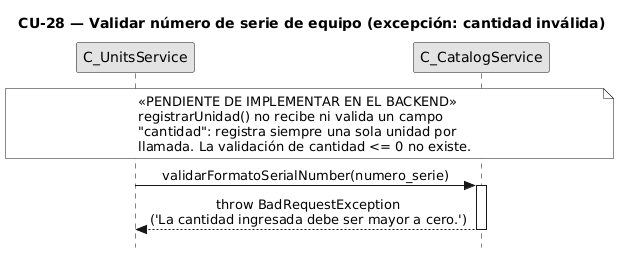
Above: diagramas-secuencia/CU28/CU28-exc-cantidad-invalida.png in FSM-Finet-y-Cable-Magico/Team_1-Inventario-y-Bodega (PlantUML), before the change.
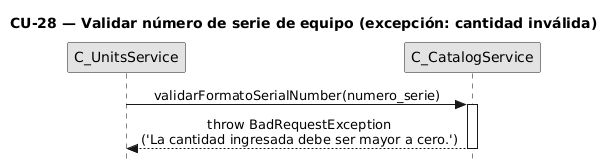
After the commit.

What changed in the source:
```diff
@@ -1,12 +1,10 @@
-@startuml CU28-exc-cantidad-invalida
+@startuml
 title CU-28 — Validar número de serie de equipo (excepción: cantidad inválida)
 
 skinparam style strictuml
 skinparam monochrome true
 skinparam shadowing false
 skinparam sequenceMessageAlign center
-skinparam ParticipantPadding 70
-skinparam ActorPadding 30
 skinparam sequence {
   MessageAlign center
   LifeLineBorderColor black
@@ -16,17 +14,9 @@
 participant "C_UnitsService" as units
 participant "C_CatalogService" as catalog
 
-note over units, catalog
-  «PENDIENTE DE IMPLEMENTAR EN EL BACKEND»
-  registrarUnidad() no recibe ni valida un campo
-  "cantidad": registra siempre una sola unidad por
-  llamada. La validación de cantidad <= 0 no existe.
-end note
-
 units -> catalog : validarFormatoSerialNumber(numero_serie)
 activate catalog
 
 catalog --> units : throw BadRequestException\n('La cantidad ingresada debe ser mayor a cero.')
 deactivate catalog
-
 @enduml
```
